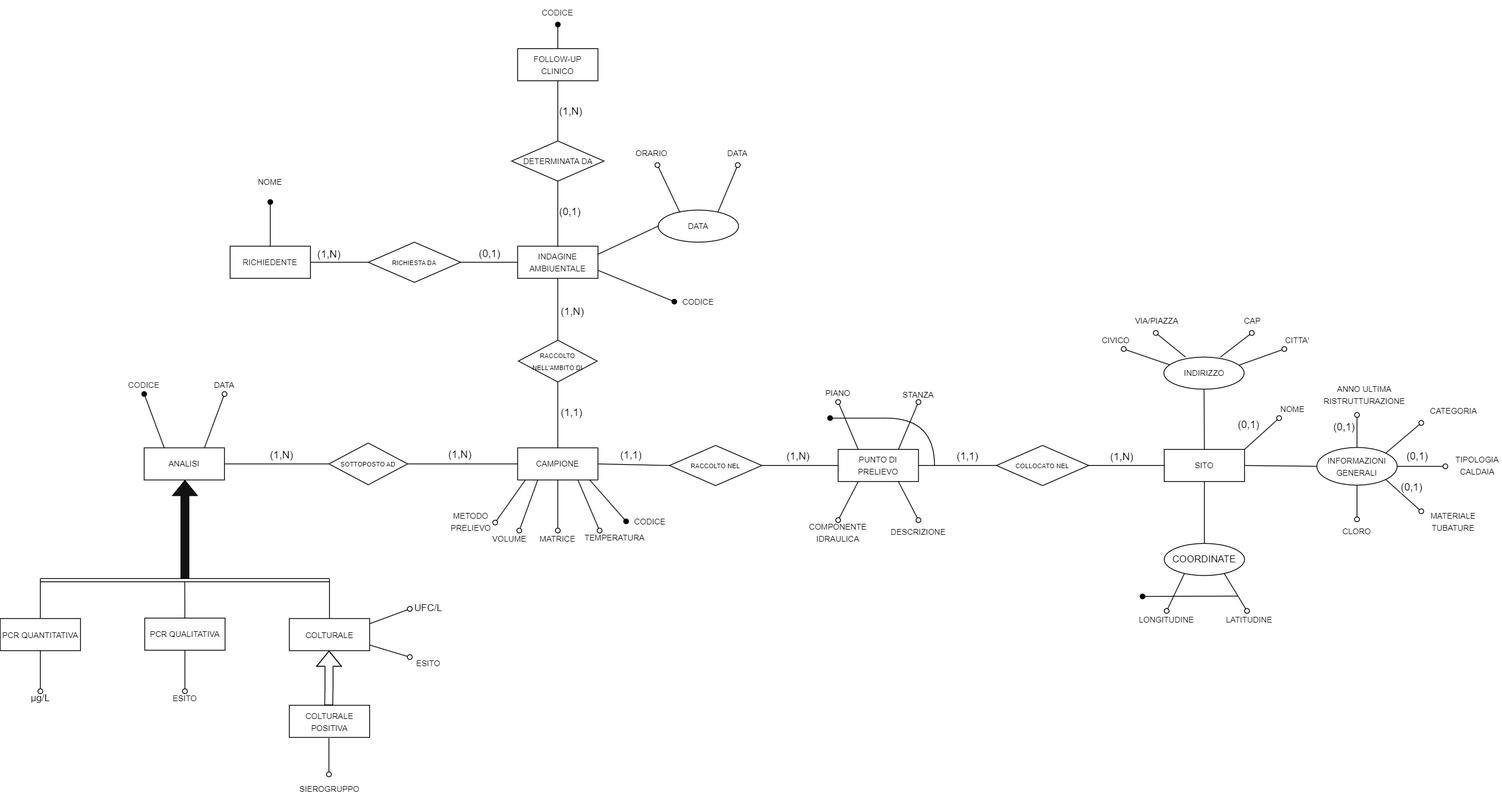
This is img/er_base.png from francescobortuzzo/Legionella, a draw.io export, as it was before one commit. Source tidied: cells renumbered, new cells last; positions are measured from the earlier drawing's top-left corner, leaving out a move shared by most shapes.
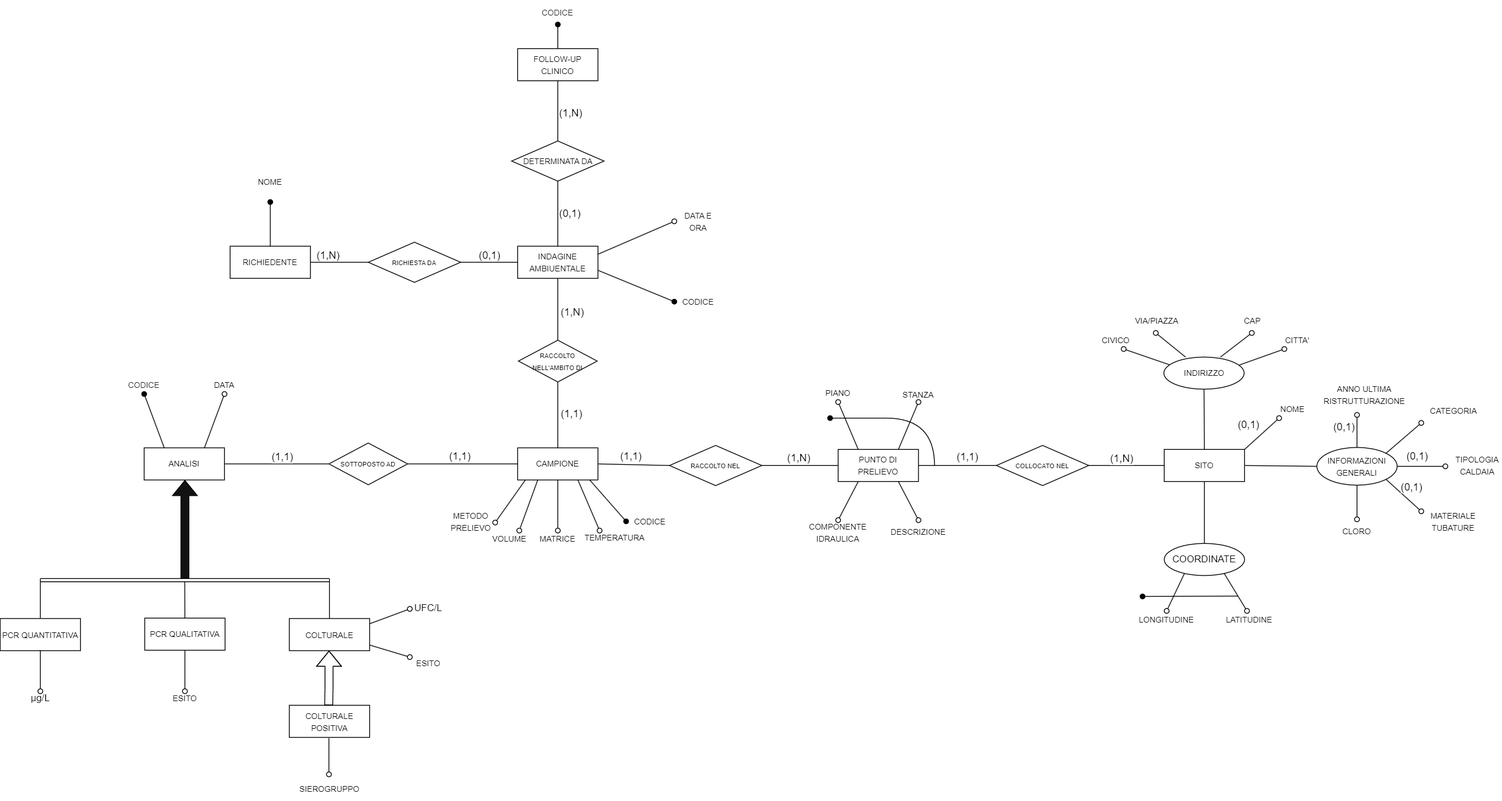
The same diagram one commit later.

Diff of the diagram source:
```diff
@@ -225,7 +225,7 @@
     <mxCell id="59" style="edgeStyle=orthogonalEdgeStyle;rounded=0;jettySize=auto;html=1;entryX=1;entryY=0.5;entryDx=0;entryDy=0;endArrow=none;endFill=0;exitX=0;exitY=0.5;exitDx=0;exitDy=0;strokeColor=#000000;" parent="1" edge="1" source="56" target="58">
       <mxGeometry relative="1" as="geometry" />
     </mxCell>
-    <mxCell id="60" value="(1,N)" style="edgeLabel;html=1;align=center;verticalAlign=bottom;fontSize=13;horizontal=1;" parent="59" vertex="1">
+    <mxCell id="60" value="(1,1)" style="edgeLabel;html=1;align=center;verticalAlign=bottom;fontSize=13;horizontal=1;" parent="59" vertex="1">
       <mxGeometry x="-0.05" y="-1" relative="1" as="geometry">
         <mxPoint x="-8" y="-1" as="offset" />
       </mxGeometry>
@@ -245,25 +245,12 @@
     <mxCell id="65" style="endArrow=none;html=1;rounded=0;entryX=1;entryY=0.5;entryDx=0;entryDy=0;exitX=0;exitY=0.5;exitDx=0;exitDy=0;" parent="1" edge="1" source="64" target="56">
       <mxGeometry relative="1" as="geometry" />
     </mxCell>
-    <mxCell id="66" style="edgeStyle=none;rounded=0;jettySize=auto;html=1;endArrow=oval;endFill=0;exitX=0.73;exitY=0.138;exitDx=0;exitDy=0;exitPerimeter=0;" parent="1" edge="1" source="68">
-      <mxGeometry relative="1" as="geometry">
-        <mxPoint x="918" y="205" as="targetPoint" />
-      </mxGeometry>
+    <mxCell id="66" style="edgeStyle=none;rounded=0;jettySize=auto;html=1;endArrow=oval;endFill=0;exitX=1;exitY=0.25;exitDx=0;exitDy=0;entryX=0;entryY=0.5;entryDx=0;entryDy=0;" parent="1" edge="1" source="54" target="67">
+      <mxGeometry relative="1" as="geometry" />
     </mxCell>
-    <mxCell id="67" value="&lt;font style=&quot;font-size: 10px;&quot;&gt;DATA&lt;/font&gt;" style="text;html=1;strokeColor=none;fillColor=none;align=center;verticalAlign=middle;whiteSpace=wrap;rounded=0;" parent="1" vertex="1">
-      <mxGeometry x="888" y="175" width="60" height="30" as="geometry" />
+    <mxCell id="67" value="&lt;font style=&quot;font-size: 10px;&quot;&gt;DATA E ORA&lt;/font&gt;" style="text;html=1;strokeColor=none;fillColor=none;align=center;verticalAlign=middle;whiteSpace=wrap;rounded=0;" parent="1" vertex="1">
+      <mxGeometry x="839" y="260" width="60" height="30" as="geometry" />
     </mxCell>
-    <mxCell id="68" value="&lt;font style=&quot;font-size: 10px;&quot;&gt;DATA&lt;/font&gt;" style="ellipse;whiteSpace=wrap;html=1;align=center;" parent="1" vertex="1">
-      <mxGeometry x="819" y="261" width="100" height="40" as="geometry" />
-    </mxCell>
-    <mxCell id="69" style="edgeStyle=none;rounded=0;jettySize=auto;html=1;endArrow=oval;endFill=0;exitX=0.27;exitY=0.075;exitDx=0;exitDy=0;exitPerimeter=0;" parent="1" edge="1" source="68">
-      <mxGeometry relative="1" as="geometry">
-        <mxPoint x="818" y="205" as="targetPoint" />
-      </mxGeometry>
-    </mxCell>
-    <mxCell id="70" value="&lt;font style=&quot;font-size: 10px;&quot;&gt;ORARIO&lt;/font&gt;" style="text;html=1;strokeColor=none;fillColor=none;align=center;verticalAlign=middle;whiteSpace=wrap;rounded=0;" parent="1" vertex="1">
-      <mxGeometry x="780.8" y="175" width="60" height="30" as="geometry" />
-    </mxCell>
     <mxCell id="71" style="rounded=0;jettySize=auto;html=1;endArrow=oval;endFill=1;exitX=0.5;exitY=0;exitDx=0;exitDy=0;" parent="1" edge="1" source="62">
       <mxGeometry relative="1" as="geometry">
         <mxPoint x="336" y="251" as="targetPoint" />
@@ -307,15 +294,12 @@
     <mxCell id="81" value="&lt;span style=&quot;font-size: 10px;&quot;&gt;FOLLOW-UP CLINICO&lt;/span&gt;" style="whiteSpace=wrap;html=1;align=center;" parent="1" vertex="1">
       <mxGeometry x="644" y="60" width="100" height="40" as="geometry" />
     </mxCell>
-    <mxCell id="82" style="endArrow=none;html=1;rounded=0;exitX=0;exitY=0.5;exitDx=0;exitDy=0;entryX=1;entryY=0.25;entryDx=0;entryDy=0;" parent="1" edge="1" source="68" target="54">
-      <mxGeometry relative="1" as="geometry" />
-    </mxCell>
     <mxCell id="83" style="rounded=0;jettySize=auto;html=1;exitX=0.25;exitY=0;exitDx=0;exitDy=0;endArrow=oval;endFill=1;" parent="1" edge="1" source="55">
       <mxGeometry relative="1" as="geometry">
         <mxPoint x="179" y="490" as="targetPoint" />
       </mxGeometry>
     </mxCell>
-    <mxCell id="84" value="(1,N)" style="edgeLabel;html=1;align=center;verticalAlign=bottom;fontSize=13;horizontal=1;" parent="1" vertex="1">
+    <mxCell id="84" value="(1,1)" style="edgeLabel;html=1;align=center;verticalAlign=bottom;fontSize=13;horizontal=1;" parent="1" vertex="1">
       <mxGeometry x="696" y="588" as="geometry">
         <mxPoint x="-346" y="-12" as="offset" />
       </mxGeometry>
```
